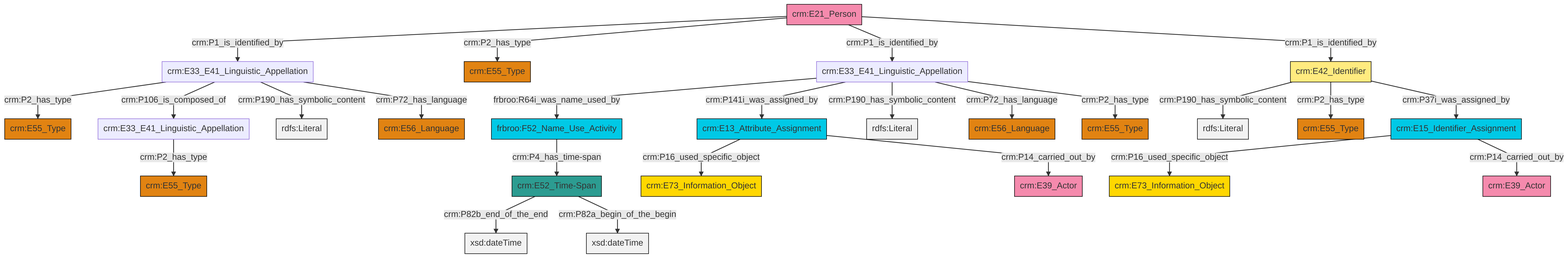
swiss-art-research-net/docs.swissartresearch keeps this Mermaid diagram as et/personCSV/ttl/mmd/png/Person_Names_and_Classification.png. Above is the earlier version. Its source is kept beside it as et/personCSV/ttl/mmd/Person_Names_and_Classification.ttl.mmd.
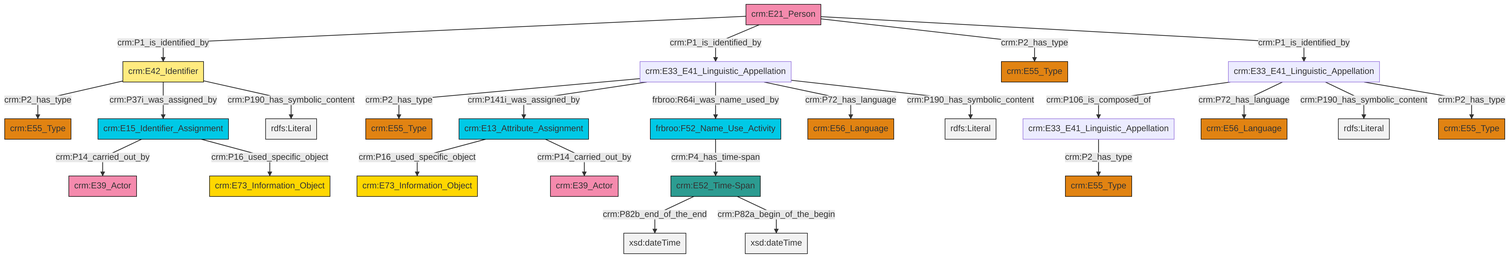
Above is the later version.

What changed in the source:
```diff
@@ -13,27 +13,27 @@
 classDef PC_Classes fill:#4ce600, stroke:#000000;
 classDef Multi fill:#cccccc,stroke:#000000;
 
-0["crm:E42_Identifier"]:::Appellation -->|crm:P190_has_symbolic_content| 1[rdfs:Literal]:::Literal
-6["crm:E33_E41_Linguistic_Appellation"]:::Default -->|crm:P2_has_type| 2["crm:E55_Type"]:::Type
-7["crm:E33_E41_Linguistic_Appellation"]:::Default -->|frbroo:R64i_was_name_used_by| 8["frbroo:F52_Name_Use_Activity"]:::Temporal_Entity
-14["crm:E33_E41_Linguistic_Appellation"]:::Default -->|crm:P2_has_type| 15["crm:E55_Type"]:::Type
-7["crm:E33_E41_Linguistic_Appellation"]:::Default -->|crm:P141i_was_assigned_by| 12["crm:E13_Attribute_Assignment"]:::Temporal_Entity
-0["crm:E42_Identifier"]:::Appellation -->|crm:P2_has_type| 18["crm:E55_Type"]:::Type
-19["crm:E52_Time-Span"]:::Time-Span -->|crm:P82b_end_of_the_end| 20[xsd:dateTime]:::Literal
-4["crm:E21_Person"]:::Actor -->|crm:P1_is_identified_by| 14["crm:E33_E41_Linguistic_Appellation"]:::Default
-4["crm:E21_Person"]:::Actor -->|crm:P2_has_type| 21["crm:E55_Type"]:::Type
-12["crm:E13_Attribute_Assignment"]:::Temporal_Entity -->|crm:P16_used_specific_object| 24["crm:E73_Information_Object"]:::Conceptual_Object
-12["crm:E13_Attribute_Assignment"]:::Temporal_Entity -->|crm:P14_carried_out_by| 10["crm:E39_Actor"]:::Actor
-4["crm:E21_Person"]:::Actor -->|crm:P1_is_identified_by| 7["crm:E33_E41_Linguistic_Appellation"]:::Default
-29["crm:E15_Identifier_Assignment"]:::Temporal_Entity -->|crm:P16_used_specific_object| 30["crm:E73_Information_Object"]:::Conceptual_Object
-8["frbroo:F52_Name_Use_Activity"]:::Temporal_Entity -->|crm:P4_has_time-span| 19["crm:E52_Time-Span"]:::Time-Span
-14["crm:E33_E41_Linguistic_Appellation"]:::Default -->|crm:P106_is_composed_of| 6["crm:E33_E41_Linguistic_Appellation"]:::Default
-0["crm:E42_Identifier"]:::Appellation -->|crm:P37i_was_assigned_by| 29["crm:E15_Identifier_Assignment"]:::Temporal_Entity
-7["crm:E33_E41_Linguistic_Appellation"]:::Default -->|crm:P190_has_symbolic_content| 35[rdfs:Literal]:::Literal
-19["crm:E52_Time-Span"]:::Time-Span -->|crm:P82a_begin_of_the_begin| 37[xsd:dateTime]:::Literal
-14["crm:E33_E41_Linguistic_Appellation"]:::Default -->|crm:P190_has_symbolic_content| 41[rdfs:Literal]:::Literal
-29["crm:E15_Identifier_Assignment"]:::Temporal_Entity -->|crm:P14_carried_out_by| 39["crm:E39_Actor"]:::Actor
-7["crm:E33_E41_Linguistic_Appellation"]:::Default -->|crm:P72_has_language| 26["crm:E56_Language"]:::Type
-14["crm:E33_E41_Linguistic_Appellation"]:::Default -->|crm:P72_has_language| 32["crm:E56_Language"]:::Type
-7["crm:E33_E41_Linguistic_Appellation"]:::Default -->|crm:P2_has_type| 16["crm:E55_Type"]:::Type
-4["crm:E21_Person"]:::Actor -->|crm:P1_is_identified_by| 0["crm:E42_Identifier"]:::Appellation
+4["crm:E21_Person"]:::Actor -->|crm:P1_is_identified_by| 5["crm:E42_Identifier"]:::Appellation
+10["crm:E33_E41_Linguistic_Appellation"]:::Default -->|crm:P2_has_type| 2["crm:E55_Type"]:::Type
+18["crm:E52_Time-Span"]:::Time-Span -->|crm:P82b_end_of_the_end| 19[xsd:dateTime]:::Literal
+10["crm:E33_E41_Linguistic_Appellation"]:::Default -->|crm:P141i_was_assigned_by| 20["crm:E13_Attribute_Assignment"]:::Temporal_Entity
+5["crm:E42_Identifier"]:::Appellation -->|crm:P2_has_type| 21["crm:E55_Type"]:::Type
+22["crm:E15_Identifier_Assignment"]:::Temporal_Entity -->|crm:P14_carried_out_by| 23["crm:E39_Actor"]:::Actor
+0["crm:E33_E41_Linguistic_Appellation"]:::Default -->|crm:P106_is_composed_of| 11["crm:E33_E41_Linguistic_Appellation"]:::Default
+4["crm:E21_Person"]:::Actor -->|crm:P1_is_identified_by| 10["crm:E33_E41_Linguistic_Appellation"]:::Default
+25["frbroo:F52_Name_Use_Activity"]:::Temporal_Entity -->|crm:P4_has_time-span| 18["crm:E52_Time-Span"]:::Time-Span
+4["crm:E21_Person"]:::Actor -->|crm:P2_has_type| 30["crm:E55_Type"]:::Type
+0["crm:E33_E41_Linguistic_Appellation"]:::Default -->|crm:P72_has_language| 32["crm:E56_Language"]:::Type
+4["crm:E21_Person"]:::Actor -->|crm:P1_is_identified_by| 0["crm:E33_E41_Linguistic_Appellation"]:::Default
+11["crm:E33_E41_Linguistic_Appellation"]:::Default -->|crm:P2_has_type| 8["crm:E55_Type"]:::Type
+10["crm:E33_E41_Linguistic_Appellation"]:::Default -->|frbroo:R64i_was_name_used_by| 25["frbroo:F52_Name_Use_Activity"]:::Temporal_Entity
+0["crm:E33_E41_Linguistic_Appellation"]:::Default -->|crm:P190_has_symbolic_content| 39[rdfs:Literal]:::Literal
+5["crm:E42_Identifier"]:::Appellation -->|crm:P37i_was_assigned_by| 22["crm:E15_Identifier_Assignment"]:::Temporal_Entity
+20["crm:E13_Attribute_Assignment"]:::Temporal_Entity -->|crm:P16_used_specific_object| 36["crm:E73_Information_Object"]:::Conceptual_Object
+0["crm:E33_E41_Linguistic_Appellation"]:::Default -->|crm:P2_has_type| 15["crm:E55_Type"]:::Type
+22["crm:E15_Identifier_Assignment"]:::Temporal_Entity -->|crm:P16_used_specific_object| 6["crm:E73_Information_Object"]:::Conceptual_Object
+20["crm:E13_Attribute_Assignment"]:::Temporal_Entity -->|crm:P14_carried_out_by| 26["crm:E39_Actor"]:::Actor
+18["crm:E52_Time-Span"]:::Time-Span -->|crm:P82a_begin_of_the_begin| 40[xsd:dateTime]:::Literal
+5["crm:E42_Identifier"]:::Appellation -->|crm:P190_has_symbolic_content| 41[rdfs:Literal]:::Literal
+10["crm:E33_E41_Linguistic_Appellation"]:::Default -->|crm:P72_has_language| 13["crm:E56_Language"]:::Type
+10["crm:E33_E41_Linguistic_Appellation"]:::Default -->|crm:P190_has_symbolic_content| 46[rdfs:Literal]:::Literal
```
